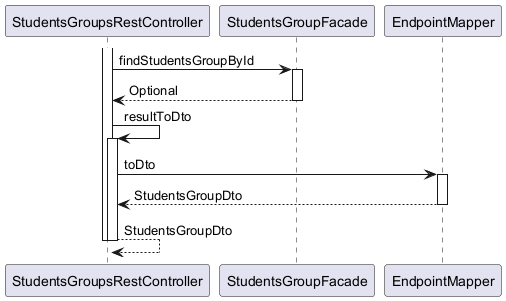
Earlier version of the PlantUML export ingress/documentation/html/images/Organization.StudentsGroup.findById.puml.png.png (OlegSopilnyak/school-demo).
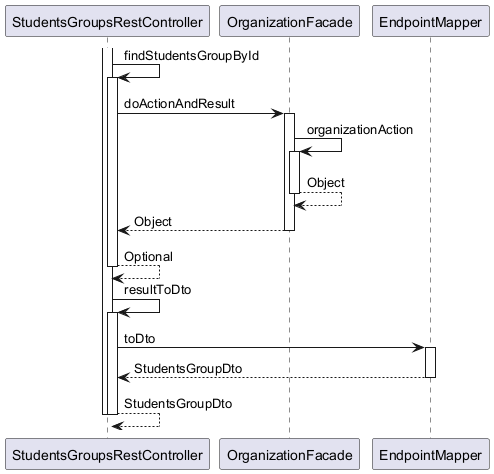
After the change.

Change to the diagram source:
```diff
@@ -1,14 +1,22 @@
 @startuml
 
 participant StudentsGroupsRestController
-participant StudentsGroupFacade
+participant OrganizationFacade
 participant EndpointMapper
 
 activate StudentsGroupsRestController
-	StudentsGroupsRestController -> StudentsGroupFacade : findStudentsGroupById
-	activate StudentsGroupFacade
-		StudentsGroupFacade --> StudentsGroupsRestController : Optional
-	deactivate StudentsGroupFacade
+	StudentsGroupsRestController -> StudentsGroupsRestController : findStudentsGroupById
+	activate StudentsGroupsRestController
+		StudentsGroupsRestController -> OrganizationFacade : doActionAndResult
+		activate OrganizationFacade
+			OrganizationFacade -> OrganizationFacade : organizationAction
+			activate OrganizationFacade
+				OrganizationFacade --> OrganizationFacade : Object
+			deactivate OrganizationFacade
+			OrganizationFacade --> StudentsGroupsRestController : Object
+		deactivate OrganizationFacade
+		StudentsGroupsRestController --> StudentsGroupsRestController : Optional
+	deactivate StudentsGroupsRestController
 	StudentsGroupsRestController -> StudentsGroupsRestController : resultToDto
 	activate StudentsGroupsRestController
 		StudentsGroupsRestController -> EndpointMapper : toDto
```
